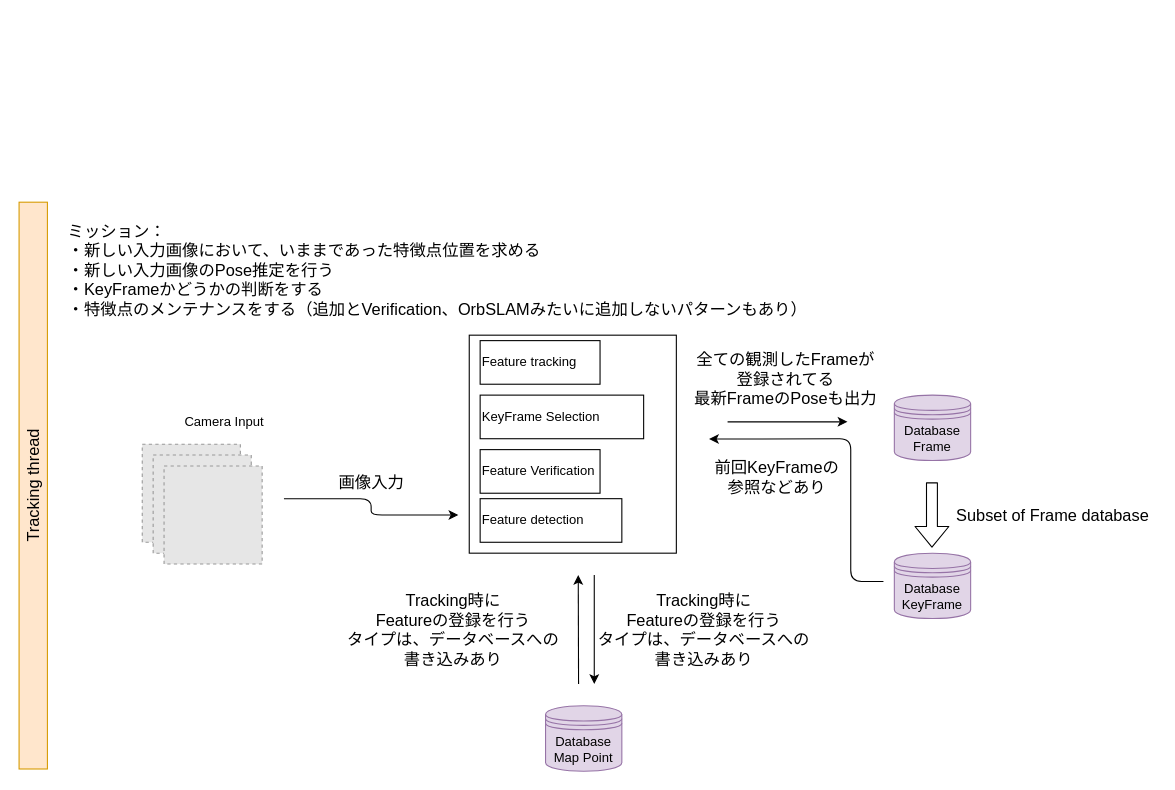
This is page "Proposed-Frontend" (2 of 2) of docs/VSLAM-Fontend.drawio from eryeden/vi-slam, a draw.io file, before an edit. Source tidied: cells renumbered, new cells numbered last; positions are measured from the earlier drawing's top-left corner, leaving out a move shared by most shapes. Both pictures are drawn from the tidied source at 109%, with x=0, y=0 at pixel (-251, 215). Pictures stored in the file or linked from it are replaced by grey dashed boxes.
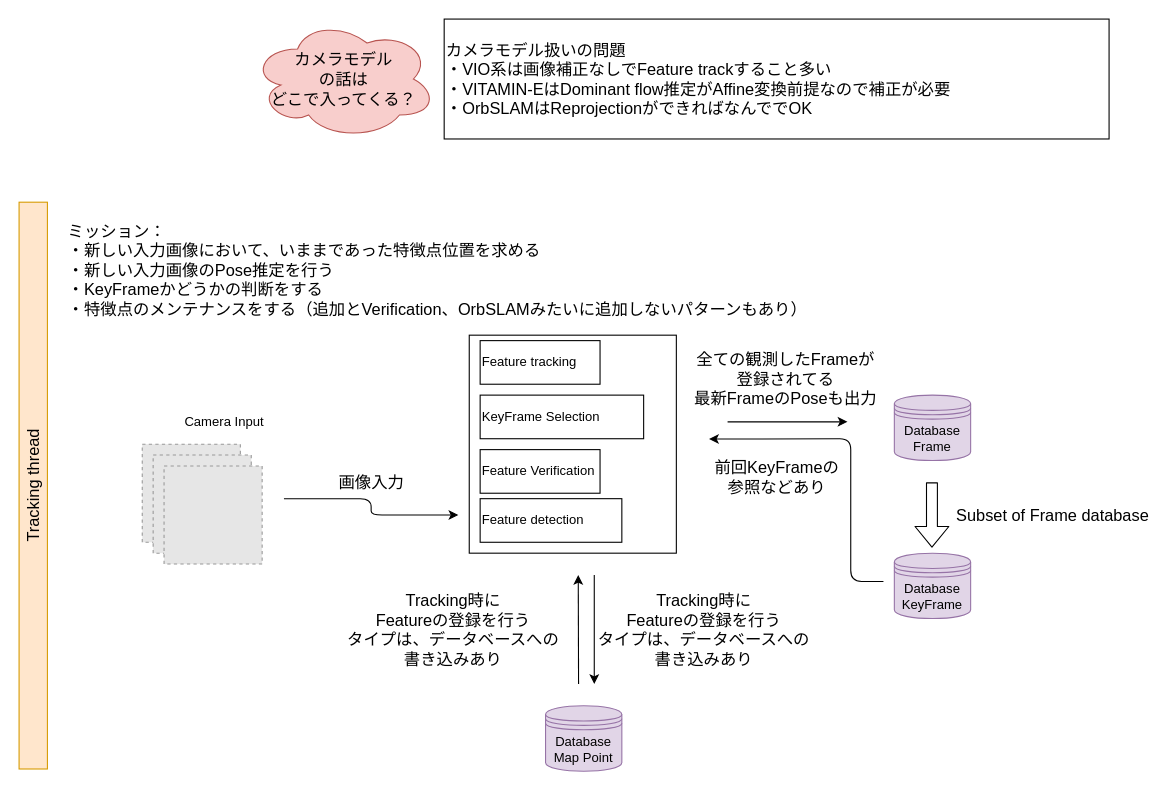
The same diagram, later.

Diff of the diagram source:
```diff
@@
+    <mxCell id="28" value="カメラモデル&lt;br&gt;の話は&lt;br&gt;どこで入ってくる？" style="ellipse;shape=cloud;whiteSpace=wrap;html=1;strokeColor=#b85450;strokeWidth=1;fontSize=15;fillColor=#f8cecc;" parent="1" vertex="1">
+      <mxGeometry x="460" y="-180" width="170" height="110" as="geometry" />
+    </mxCell>
+    <mxCell id="29" value="カメラモデル扱いの問題&lt;br&gt;・VIO系は画像補正なしでFeature trackすること多い&lt;br&gt;・VITAMIN-EはDominant flow推定がAffine変換前提なので補正が必要&lt;br&gt;・OrbSLAMはReprojectionができればなんででOK" style="rounded=0;whiteSpace=wrap;html=1;strokeColor=#000000;strokeWidth=1;fontSize=15;align=left;" parent="1" vertex="1">
+      <mxGeometry x="637" y="-180" width="610" height="110" as="geometry" />
+    </mxCell>
```
